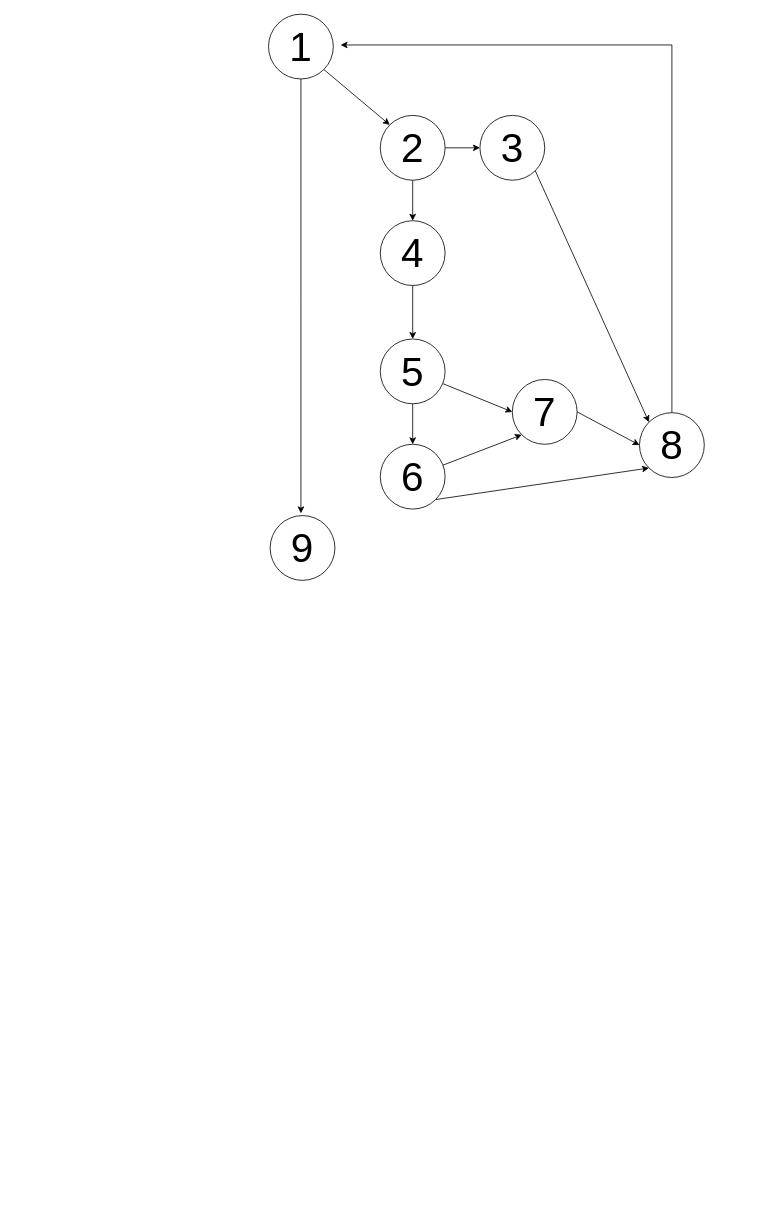
This is shujiliu.drawio from MrChenLreanSpace/WebWork1, a draw.io file, before an edit. Source tidied: cells renumbered, new cells numbered last; positions are measured from the earlier drawing's top-left corner, leaving out a move shared by most shapes. Both pictures are drawn from the tidied source at 81%, with x=0, y=0 at pixel (268, 14).
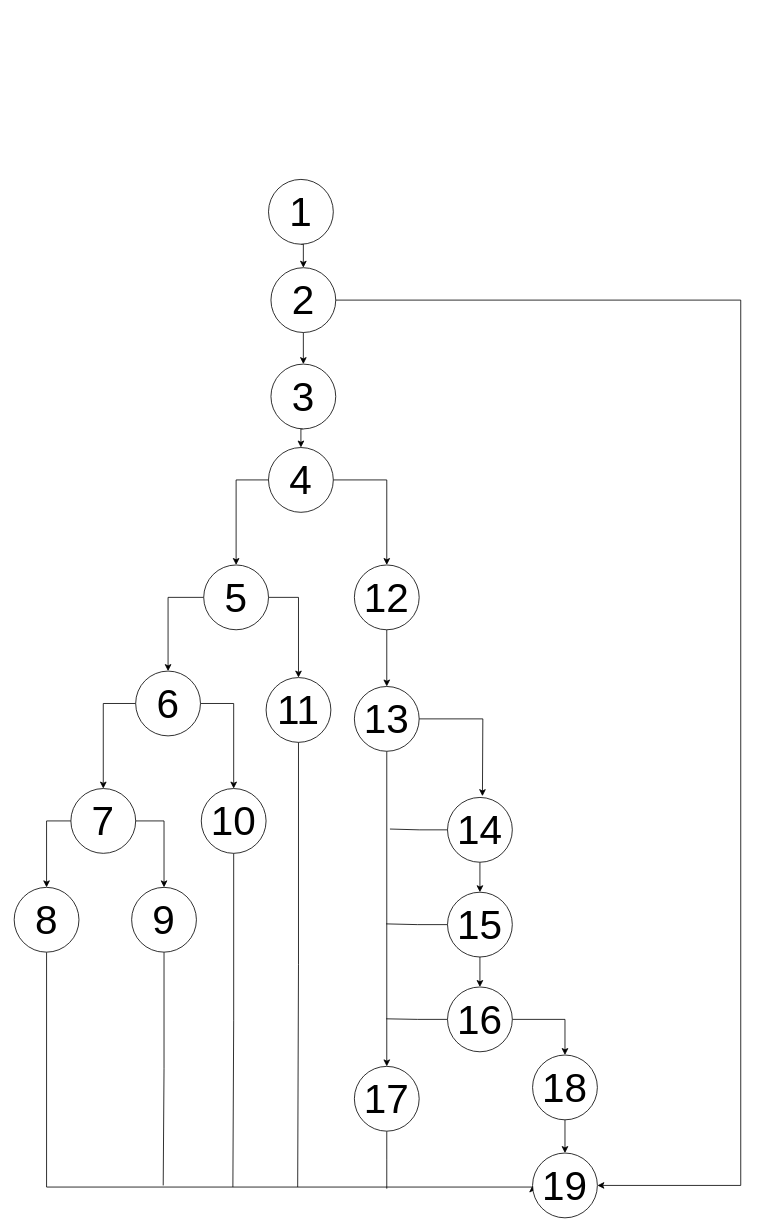
The same diagram, later.

The edit, as a diff of the source:
```diff
@@
-    <mxCell id="2" style="edgeStyle=orthogonalEdgeStyle;rounded=0;jettySize=auto;html=1;fontSize=50;" parent="1" edge="1" source="4">
-      <mxGeometry relative="1" as="geometry">
-        <mxPoint x="40" y="616.3" as="targetPoint" />
-      </mxGeometry>
-    </mxCell>
-    <mxCell id="3" style="rounded=0;jettySize=auto;html=1;exitX=1;exitY=1;exitDx=0;exitDy=0;entryX=0;entryY=0;entryDx=0;entryDy=0;fontSize=50;" parent="1" edge="1" source="4" target="7">
+    <mxCell id="3" style="edgeStyle=orthogonalEdgeStyle;rounded=0;jettySize=auto;html=1;exitX=0.5;exitY=1;exitDx=0;exitDy=0;entryX=0.5;entryY=0;entryDx=0;entryDy=0;" parent="1" edge="1" source="4" target="7">
       <mxGeometry relative="1" as="geometry" />
     </mxCell>
     <mxCell id="4" value="&lt;font style=&quot;font-size: 50px;&quot;&gt;1&lt;/font&gt;" style="ellipse;whiteSpace=wrap;html=1;" parent="1" vertex="1">
-      <mxGeometry width="80" height="80" as="geometry" />
+      <mxGeometry y="204" width="80" height="80" as="geometry" />
     </mxCell>
-    <mxCell id="5" style="edgeStyle=none;rounded=0;jettySize=auto;html=1;entryX=0.5;entryY=0;entryDx=0;entryDy=0;fontSize=50;" parent="1" edge="1" source="7" target="11">
-      <mxGeometry relative="1" as="geometry" />
-    </mxCell>
-    <mxCell id="6" style="edgeStyle=none;rounded=0;jettySize=auto;html=1;exitX=1;exitY=0.5;exitDx=0;exitDy=0;entryX=0;entryY=0.5;entryDx=0;entryDy=0;fontSize=50;" parent="1" edge="1" source="7" target="9">
+    <mxCell id="6" style="edgeStyle=orthogonalEdgeStyle;rounded=0;jettySize=auto;html=1;exitX=0.5;exitY=1;exitDx=0;exitDy=0;entryX=0.5;entryY=0;entryDx=0;entryDy=0;" parent="1" edge="1" source="7" target="9">
       <mxGeometry relative="1" as="geometry" />
     </mxCell>
+    <mxCell id="23" style="edgeStyle=orthogonalEdgeStyle;rounded=0;jettySize=auto;html=1;exitX=1;exitY=0.5;exitDx=0;exitDy=0;endArrow=classic;endFill=1;entryX=1;entryY=0.5;entryDx=0;entryDy=0;" parent="1" edge="1" source="7" target="53">
+      <mxGeometry relative="1" as="geometry">
+        <Array as="points">
+          <mxPoint x="583" y="353" />
+          <mxPoint x="583" y="1446" />
+        </Array>
+      </mxGeometry>
+    </mxCell>
     <mxCell id="7" value="&lt;font style=&quot;font-size: 50px;&quot;&gt;2&lt;/font&gt;" style="ellipse;whiteSpace=wrap;html=1;" parent="1" vertex="1">
-      <mxGeometry x="138" y="125" width="80" height="80" as="geometry" />
+      <mxGeometry x="3" y="313" width="80" height="80" as="geometry" />
     </mxCell>
-    <mxCell id="8" style="edgeStyle=none;rounded=0;jettySize=auto;html=1;exitX=1;exitY=1;exitDx=0;exitDy=0;entryX=0;entryY=0;entryDx=0;entryDy=0;fontSize=50;" parent="1" edge="1" source="9" target="22">
-      <mxGeometry relative="1" as="geometry" />
-    </mxCell>
+    <mxCell id="24" style="edgeStyle=orthogonalEdgeStyle;rounded=0;jettySize=auto;html=1;exitX=0.5;exitY=1;exitDx=0;exitDy=0;entryX=0.5;entryY=0;entryDx=0;entryDy=0;" parent="1" edge="1" source="9" target="11">
+      <mxGeometry relative="1" as="geometry" />
+    </mxCell>
     <mxCell id="9" value="&lt;font style=&quot;font-size: 50px;&quot;&gt;3&lt;/font&gt;" style="ellipse;whiteSpace=wrap;html=1;" parent="1" vertex="1">
-      <mxGeometry x="261" y="125" width="80" height="80" as="geometry" />
+      <mxGeometry x="3" y="432" width="80" height="80" as="geometry" />
     </mxCell>
-    <mxCell id="10" style="edgeStyle=none;rounded=0;jettySize=auto;html=1;fontSize=50;" parent="1" edge="1" source="11" target="14">
+    <mxCell id="10" style="edgeStyle=orthogonalEdgeStyle;rounded=0;jettySize=auto;html=1;exitX=0;exitY=0.5;exitDx=0;exitDy=0;entryX=0.5;entryY=0;entryDx=0;entryDy=0;" parent="1" edge="1" source="11" target="14">
       <mxGeometry relative="1" as="geometry" />
     </mxCell>
+    <mxCell id="25" style="edgeStyle=orthogonalEdgeStyle;rounded=0;jettySize=auto;html=1;exitX=1;exitY=0.5;exitDx=0;exitDy=0;entryX=0.5;entryY=0;entryDx=0;entryDy=0;" parent="1" edge="1" source="11" target="28">
+      <mxGeometry relative="1" as="geometry" />
+    </mxCell>
     <mxCell id="11" value="&lt;font style=&quot;font-size: 50px;&quot;&gt;4&lt;/font&gt;" style="ellipse;whiteSpace=wrap;html=1;" parent="1" vertex="1">
-      <mxGeometry x="138" y="255" width="80" height="80" as="geometry" />
+      <mxGeometry y="535" width="80" height="80" as="geometry" />
     </mxCell>
-    <mxCell id="12" style="edgeStyle=none;rounded=0;jettySize=auto;html=1;exitX=0.5;exitY=1;exitDx=0;exitDy=0;entryX=0.5;entryY=0;entryDx=0;entryDy=0;fontSize=50;" parent="1" edge="1" source="14" target="17">
+    <mxCell id="12" style="edgeStyle=orthogonalEdgeStyle;rounded=0;jettySize=auto;html=1;exitX=0;exitY=0.5;exitDx=0;exitDy=0;entryX=0.5;entryY=0;entryDx=0;entryDy=0;" parent="1" edge="1" source="14" target="17">
       <mxGeometry relative="1" as="geometry" />
     </mxCell>
-    <mxCell id="13" style="edgeStyle=none;rounded=0;jettySize=auto;html=1;entryX=0;entryY=0.5;entryDx=0;entryDy=0;fontSize=50;" parent="1" edge="1" source="14" target="20">
-      <mxGeometry relative="1" as="geometry" />
-    </mxCell>
+    <mxCell id="26" style="edgeStyle=orthogonalEdgeStyle;rounded=0;jettySize=auto;html=1;exitX=1;exitY=0.5;exitDx=0;exitDy=0;entryX=0.5;entryY=0;entryDx=0;entryDy=0;" parent="1" edge="1" source="14" target="31">
+      <mxGeometry relative="1" as="geometry" />
+    </mxCell>
     <mxCell id="14" value="&lt;font style=&quot;font-size: 50px;&quot;&gt;5&lt;/font&gt;" style="ellipse;whiteSpace=wrap;html=1;" parent="1" vertex="1">
-      <mxGeometry x="138" y="401" width="80" height="80" as="geometry" />
+      <mxGeometry x="-80" y="680" width="80" height="80" as="geometry" />
     </mxCell>
+    <mxCell id="27" style="edgeStyle=orthogonalEdgeStyle;rounded=0;jettySize=auto;html=1;exitX=0.5;exitY=1;exitDx=0;exitDy=0;" parent="1" edge="1" source="28" target="34">
+      <mxGeometry relative="1" as="geometry" />
+    </mxCell>
+    <mxCell id="28" value="&lt;font style=&quot;font-size: 50px;&quot;&gt;12&lt;/font&gt;" style="ellipse;whiteSpace=wrap;html=1;" parent="1" vertex="1">
+      <mxGeometry x="106" y="680" width="80" height="80" as="geometry" />
+    </mxCell>
-    <mxCell id="15" style="edgeStyle=none;rounded=0;jettySize=auto;html=1;entryX=0;entryY=1;entryDx=0;entryDy=0;fontSize=50;" parent="1" edge="1" source="17" target="20">
+    <mxCell id="15" style="edgeStyle=orthogonalEdgeStyle;rounded=0;jettySize=auto;html=1;exitX=0;exitY=0.5;exitDx=0;exitDy=0;entryX=0.5;entryY=0;entryDx=0;entryDy=0;" parent="1" edge="1" source="17" target="20">
       <mxGeometry relative="1" as="geometry" />
     </mxCell>
-    <mxCell id="16" style="edgeStyle=none;rounded=0;jettySize=auto;html=1;exitX=1;exitY=1;exitDx=0;exitDy=0;entryX=0;entryY=1;entryDx=0;entryDy=0;fontSize=50;" parent="1" edge="1" source="17" target="22">
-      <mxGeometry relative="1" as="geometry" />
-    </mxCell>
+    <mxCell id="29" style="edgeStyle=orthogonalEdgeStyle;rounded=0;jettySize=auto;html=1;exitX=1;exitY=0.5;exitDx=0;exitDy=0;entryX=0.5;entryY=0;entryDx=0;entryDy=0;" parent="1" edge="1" source="17" target="36">
+      <mxGeometry relative="1" as="geometry" />
+    </mxCell>
     <mxCell id="17" value="&lt;font style=&quot;font-size: 50px;&quot;&gt;6&lt;/font&gt;" style="ellipse;whiteSpace=wrap;html=1;" parent="1" vertex="1">
-      <mxGeometry x="138" y="531" width="80" height="80" as="geometry" />
+      <mxGeometry x="-164" y="811" width="80" height="80" as="geometry" />
     </mxCell>
+    <mxCell id="30" style="edgeStyle=orthogonalEdgeStyle;rounded=0;jettySize=auto;html=1;exitX=0.5;exitY=1;exitDx=0;exitDy=0;endArrow=none;endFill=0;" parent="1" edge="1" source="31">
+      <mxGeometry relative="1" as="geometry">
+        <mxPoint x="36" y="1448" as="targetPoint" />
+      </mxGeometry>
+    </mxCell>
+    <mxCell id="31" value="&lt;span style=&quot;font-size: 50px;&quot;&gt;11&lt;/span&gt;" style="ellipse;whiteSpace=wrap;html=1;" parent="1" vertex="1">
+      <mxGeometry x="-3" y="819" width="80" height="80" as="geometry" />
+    </mxCell>
+    <mxCell id="32" style="edgeStyle=orthogonalEdgeStyle;rounded=0;jettySize=auto;html=1;exitX=0.5;exitY=1;exitDx=0;exitDy=0;entryX=0.5;entryY=0;entryDx=0;entryDy=0;" parent="1" edge="1" source="34" target="50">
+      <mxGeometry relative="1" as="geometry" />
+    </mxCell>
+    <mxCell id="33" style="edgeStyle=orthogonalEdgeStyle;rounded=0;jettySize=auto;html=1;exitX=1;exitY=0.5;exitDx=0;exitDy=0;" parent="1" edge="1" source="34">
+      <mxGeometry relative="1" as="geometry">
+        <mxPoint x="264.1" y="965.4" as="targetPoint" />
+      </mxGeometry>
+    </mxCell>
+    <mxCell id="34" value="&lt;font style=&quot;font-size: 50px;&quot;&gt;13&lt;/font&gt;" style="ellipse;whiteSpace=wrap;html=1;" parent="1" vertex="1">
+      <mxGeometry x="106" y="830" width="80" height="80" as="geometry" />
+    </mxCell>
+    <mxCell id="35" style="edgeStyle=orthogonalEdgeStyle;rounded=0;jettySize=auto;html=1;exitX=0.5;exitY=1;exitDx=0;exitDy=0;endArrow=none;endFill=0;" parent="1" edge="1" source="36">
+      <mxGeometry relative="1" as="geometry">
+        <mxPoint x="-44" y="1448" as="targetPoint" />
+      </mxGeometry>
+    </mxCell>
+    <mxCell id="36" value="&lt;font style=&quot;font-size: 50px;&quot;&gt;10&lt;/font&gt;" style="ellipse;whiteSpace=wrap;html=1;" parent="1" vertex="1">
+      <mxGeometry x="-83" y="956" width="80" height="80" as="geometry" />
+    </mxCell>
+    <mxCell id="19" style="edgeStyle=orthogonalEdgeStyle;rounded=0;jettySize=auto;html=1;exitX=0;exitY=0.5;exitDx=0;exitDy=0;entryX=0.5;entryY=0;entryDx=0;entryDy=0;" parent="1" edge="1" source="20" target="22">
+      <mxGeometry relative="1" as="geometry" />
+    </mxCell>
+    <mxCell id="37" style="edgeStyle=orthogonalEdgeStyle;rounded=0;jettySize=auto;html=1;exitX=1;exitY=0.5;exitDx=0;exitDy=0;entryX=0.5;entryY=0;entryDx=0;entryDy=0;" parent="1" edge="1" source="20" target="18">
+      <mxGeometry relative="1" as="geometry" />
+    </mxCell>
+    <mxCell id="20" value="&lt;font style=&quot;font-size: 50px;&quot;&gt;7&lt;/font&gt;" style="ellipse;whiteSpace=wrap;html=1;" parent="1" vertex="1">
+      <mxGeometry x="-244" y="956" width="80" height="80" as="geometry" />
+    </mxCell>
+    <mxCell id="38" style="edgeStyle=orthogonalEdgeStyle;rounded=0;jettySize=auto;html=1;entryX=0;entryY=0.5;entryDx=0;entryDy=0;" parent="1" edge="1" source="22" target="53">
+      <mxGeometry relative="1" as="geometry">
+        <Array as="points">
+          <mxPoint x="-274" y="1448" />
+        </Array>
+      </mxGeometry>
+    </mxCell>
+    <mxCell id="22" value="&lt;font style=&quot;font-size: 50px;&quot;&gt;8&lt;/font&gt;" style="ellipse;whiteSpace=wrap;html=1;" parent="1" vertex="1">
+      <mxGeometry x="-314" y="1078" width="80" height="80" as="geometry" />
+    </mxCell>
+    <mxCell id="39" style="edgeStyle=orthogonalEdgeStyle;rounded=0;jettySize=auto;html=1;exitX=0.5;exitY=1;exitDx=0;exitDy=0;endArrow=none;endFill=0;" parent="1" edge="1" source="18">
+      <mxGeometry relative="1" as="geometry">
+        <mxPoint x="-130" y="1446" as="targetPoint" />
+      </mxGeometry>
+    </mxCell>
     <mxCell id="18" value="&lt;font style=&quot;font-size: 50px;&quot;&gt;9&lt;/font&gt;" style="ellipse;whiteSpace=wrap;html=1;" parent="1" vertex="1">
-      <mxGeometry x="2" y="619" width="80" height="80" as="geometry" />
+      <mxGeometry x="-169" y="1078" width="80" height="80" as="geometry" />
     </mxCell>
-    <mxCell id="19" style="edgeStyle=none;rounded=0;jettySize=auto;html=1;exitX=1;exitY=0.5;exitDx=0;exitDy=0;entryX=0;entryY=0.5;entryDx=0;entryDy=0;fontSize=50;" parent="1" edge="1" source="20" target="22">
-      <mxGeometry relative="1" as="geometry" />
-    </mxCell>
-    <mxCell id="20" value="&lt;font style=&quot;font-size: 50px;&quot;&gt;7&lt;/font&gt;" style="ellipse;whiteSpace=wrap;html=1;" parent="1" vertex="1">
-      <mxGeometry x="301" y="451" width="80" height="80" as="geometry" />
-    </mxCell>
-    <mxCell id="21" style="edgeStyle=orthogonalEdgeStyle;rounded=0;jettySize=auto;html=1;fontSize=50;" parent="1" edge="1" source="22">
-      <mxGeometry relative="1" as="geometry">
-        <mxPoint x="89" y="38" as="targetPoint" />
-        <Array as="points">
-          <mxPoint x="498" y="38" />
-          <mxPoint x="89" y="38" />
-        </Array>
-      </mxGeometry>
-    </mxCell>
-    <mxCell id="22" value="&lt;span style=&quot;font-size: 50px;&quot;&gt;8&lt;/span&gt;" style="ellipse;whiteSpace=wrap;html=1;" parent="1" vertex="1">
-      <mxGeometry x="458" y="492" width="80" height="80" as="geometry" />
-    </mxCell>
+    <mxCell id="40" style="edgeStyle=orthogonalEdgeStyle;rounded=0;jettySize=auto;html=1;exitX=0.5;exitY=1;exitDx=0;exitDy=0;entryX=0.5;entryY=0;entryDx=0;entryDy=0;" parent="1" edge="1" source="42" target="45">
+      <mxGeometry relative="1" as="geometry" />
+    </mxCell>
+    <mxCell id="41" style="edgeStyle=orthogonalEdgeStyle;rounded=0;jettySize=auto;html=1;exitX=0;exitY=0.5;exitDx=0;exitDy=0;endArrow=none;endFill=0;" parent="1" edge="1" source="42">
+      <mxGeometry relative="1" as="geometry">
+        <mxPoint x="149.9" y="1006" as="targetPoint" />
+      </mxGeometry>
+    </mxCell>
+    <mxCell id="42" value="&lt;font style=&quot;font-size: 50px;&quot;&gt;14&lt;/font&gt;" style="ellipse;whiteSpace=wrap;html=1;" parent="1" vertex="1">
+      <mxGeometry x="221" y="967" width="80" height="80" as="geometry" />
+    </mxCell>
+    <mxCell id="43" style="edgeStyle=orthogonalEdgeStyle;rounded=0;jettySize=auto;html=1;exitX=0.5;exitY=1;exitDx=0;exitDy=0;entryX=0.5;entryY=0;entryDx=0;entryDy=0;" parent="1" edge="1" source="45" target="48">
+      <mxGeometry relative="1" as="geometry" />
+    </mxCell>
+    <mxCell id="44" style="edgeStyle=orthogonalEdgeStyle;rounded=0;jettySize=auto;html=1;exitX=0;exitY=0.5;exitDx=0;exitDy=0;endArrow=none;endFill=0;" parent="1" edge="1" source="45">
+      <mxGeometry relative="1" as="geometry">
+        <mxPoint x="145.3" y="1123.1" as="targetPoint" />
+      </mxGeometry>
+    </mxCell>
+    <mxCell id="45" value="&lt;font style=&quot;font-size: 50px;&quot;&gt;15&lt;/font&gt;" style="ellipse;whiteSpace=wrap;html=1;" parent="1" vertex="1">
+      <mxGeometry x="221" y="1084" width="80" height="80" as="geometry" />
+    </mxCell>
+    <mxCell id="46" style="edgeStyle=orthogonalEdgeStyle;rounded=0;jettySize=auto;html=1;exitX=1;exitY=0.5;exitDx=0;exitDy=0;entryX=0.5;entryY=0;entryDx=0;entryDy=0;" parent="1" edge="1" source="48" target="52">
+      <mxGeometry relative="1" as="geometry" />
+    </mxCell>
+    <mxCell id="47" style="edgeStyle=orthogonalEdgeStyle;rounded=0;jettySize=auto;html=1;exitX=0;exitY=0.5;exitDx=0;exitDy=0;endArrow=none;endFill=0;" parent="1" edge="1" source="48">
+      <mxGeometry relative="1" as="geometry">
+        <mxPoint x="145.3" y="1240.3" as="targetPoint" />
+      </mxGeometry>
+    </mxCell>
+    <mxCell id="48" value="&lt;font style=&quot;font-size: 50px;&quot;&gt;16&lt;/font&gt;" style="ellipse;whiteSpace=wrap;html=1;" parent="1" vertex="1">
+      <mxGeometry x="221" y="1201" width="80" height="80" as="geometry" />
+    </mxCell>
+    <mxCell id="49" style="edgeStyle=orthogonalEdgeStyle;rounded=0;jettySize=auto;html=1;exitX=0.5;exitY=1;exitDx=0;exitDy=0;endArrow=none;endFill=0;" parent="1" edge="1" source="50">
+      <mxGeometry relative="1" as="geometry">
+        <mxPoint x="146" y="1450" as="targetPoint" />
+      </mxGeometry>
+    </mxCell>
+    <mxCell id="50" value="&lt;font style=&quot;font-size: 50px;&quot;&gt;17&lt;/font&gt;" style="ellipse;whiteSpace=wrap;html=1;" parent="1" vertex="1">
+      <mxGeometry x="106" y="1299" width="80" height="80" as="geometry" />
+    </mxCell>
+    <mxCell id="51" style="edgeStyle=orthogonalEdgeStyle;rounded=0;jettySize=auto;html=1;exitX=0.5;exitY=1;exitDx=0;exitDy=0;entryX=0.5;entryY=0;entryDx=0;entryDy=0;" parent="1" edge="1" source="52" target="53">
+      <mxGeometry relative="1" as="geometry" />
+    </mxCell>
+    <mxCell id="52" value="&lt;font style=&quot;font-size: 50px;&quot;&gt;18&lt;/font&gt;" style="ellipse;whiteSpace=wrap;html=1;" parent="1" vertex="1">
+      <mxGeometry x="326" y="1285" width="80" height="80" as="geometry" />
+    </mxCell>
+    <mxCell id="53" value="&lt;font style=&quot;font-size: 50px;&quot;&gt;19&lt;/font&gt;" style="ellipse;whiteSpace=wrap;html=1;" parent="1" vertex="1">
+      <mxGeometry x="326" y="1406" width="80" height="80" as="geometry" />
+    </mxCell>
```
